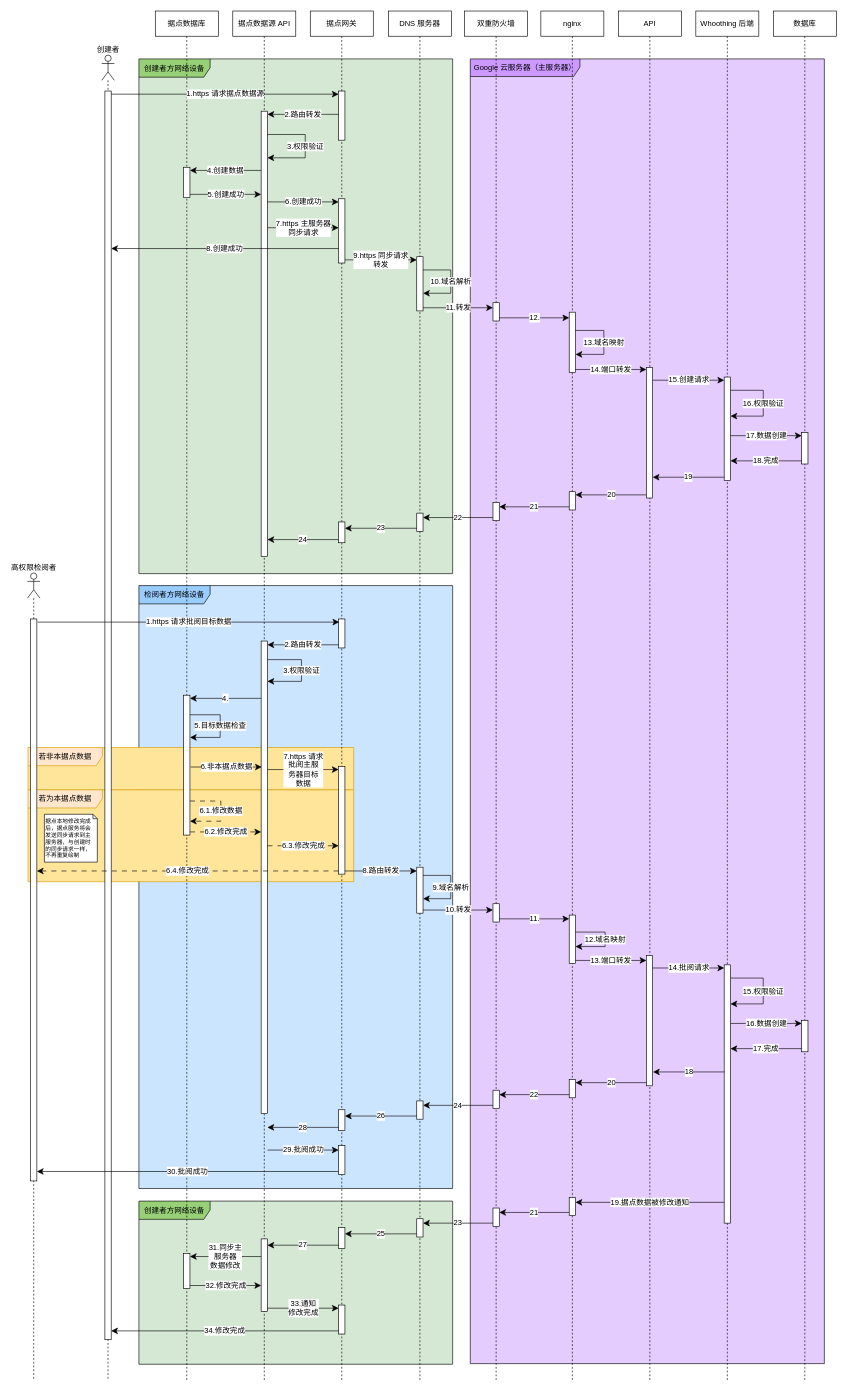
The draw.io diagram page "3.网络访问时序" (3 of 4) of raws/Diagrams/设计.drawio in Inspiral-SJJC/Inspiral, before the edit. Source tidied: cells renumbered, new cells numbered last; positions are measured from the earlier drawing's top-left corner, leaving out a move shared by most shapes. Both pictures are drawn from the tidied source at 63%, with x=0, y=0 at pixel (27, 11).
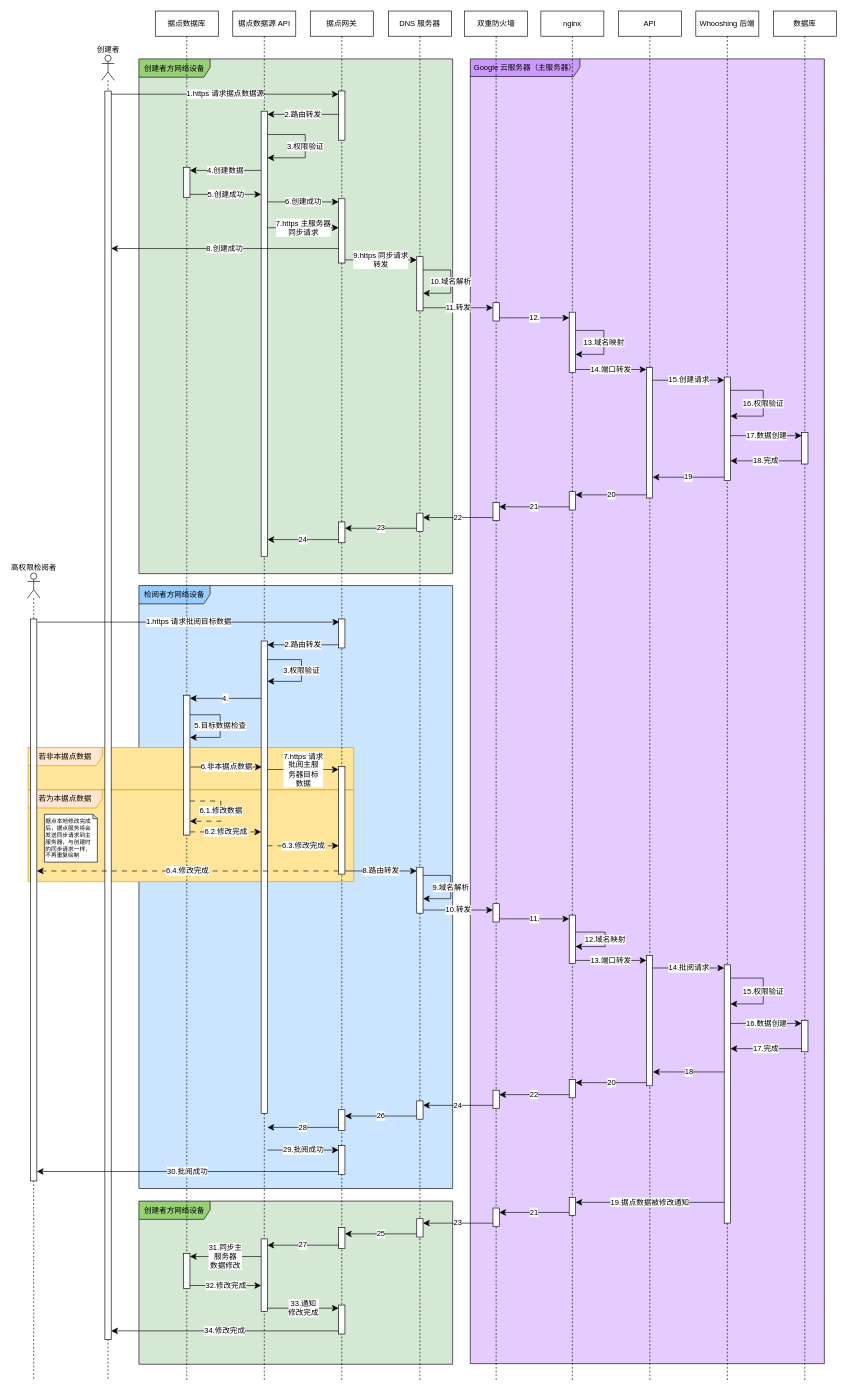
After the change.

Commit message (it also covers changes not shown here):
V0.2.1.6 更新 whoothing 为 whooshing

Diff of the diagram source:
```diff
@@
-    <mxCell id="80" value="Whoothing 后端" style="shape=umlLifeline;perimeter=lifelinePerimeter;whiteSpace=wrap;html=1;newEdgeStyle={&quot;curved&quot;:0,&quot;rounded&quot;:0};fontColor=default;textShadow=0;" parent="1" vertex="1">
+    <mxCell id="80" value="Whooshing 后端" style="shape=umlLifeline;perimeter=lifelinePerimeter;whiteSpace=wrap;html=1;newEdgeStyle={&quot;curved&quot;:0,&quot;rounded&quot;:0};fontColor=default;textShadow=0;" parent="1" vertex="1">
       <mxGeometry x="1061" width="100" height="2176" as="geometry" />
     </mxCell>
```
